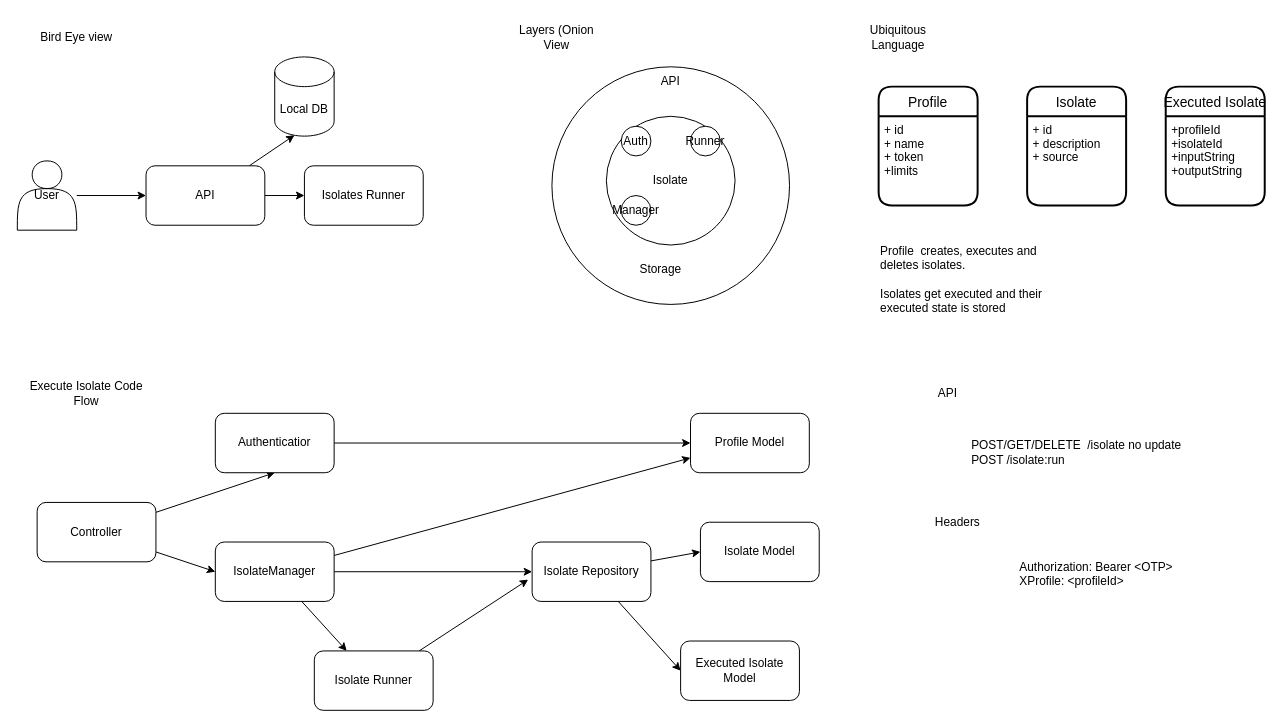
Before: page "General" (1 of 2) of architecture.drawio in stanimirovv/v8isolate-lab, a draw.io diagram. Source tidied: cells renumbered, new cells numbered last; positions are measured from the earlier drawing's top-left corner, leaving out a move shared by most shapes. Both pictures are drawn from the tidied source at 99%, with x=0, y=0 at pixel (17, 17).
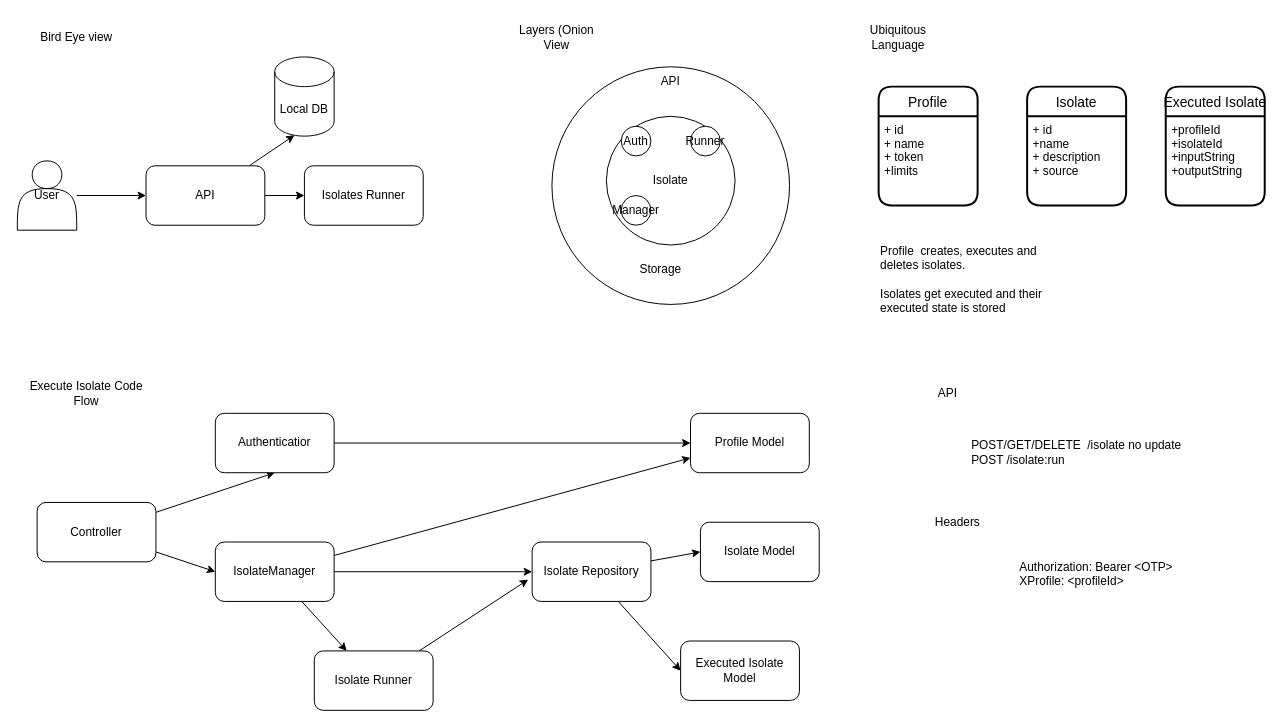
Above is the later version.

The change refers to these unchanged cells:
```xml
<mxCell id="19" value="Isolate" style="swimlane;horizontal=1;startSize=30;rounded=1;fontSize=14;fontStyle=0;strokeWidth=2;shadow=0;dashed=0;align=center;" parent="1" vertex="1">
  <mxGeometry x="1020" y="70" width="100" height="120" as="geometry" />
</mxCell>
```

Diff of the diagram source:
```diff
@@
-    <mxCell id="20" value="+ id&#10;+ description&#10;+ source" style="align=left;strokeColor=none;fillColor=none;spacingLeft=4;fontSize=12;verticalAlign=top;" parent="19" vertex="1">
+    <mxCell id="20" value="+ id&#10;+name&#10;+ description&#10;+ source" style="align=left;strokeColor=none;fillColor=none;spacingLeft=4;fontSize=12;verticalAlign=top;" parent="19" vertex="1">
       <mxGeometry y="30" width="100" height="90" as="geometry" />
     </mxCell>
```
